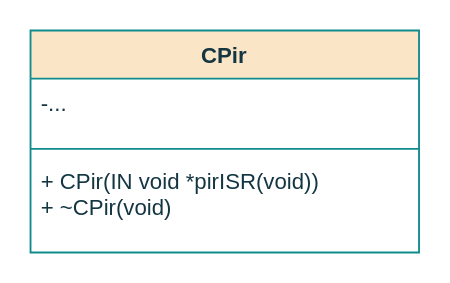
ESRGgroup9/slipad keeps this draw.io diagram as page "Class" (1 of 2) of documentation/flowcharts/02Classes/CPir.drawio. Above is the earlier version. Source tidied: cells renumbered, new cells numbered last; positions are measured from the earlier drawing's top-left corner, leaving out a move shared by most shapes. Both pictures are drawn from the tidied source at 185%, with x=0, y=0 at pixel (30, 30).
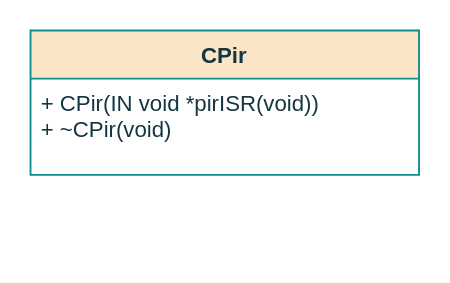
After the change.

Change to the diagram source:
```diff
@@
 <mxGraphModel>
   <root>
     <mxCell id="0" />
     <mxCell id="1" parent="0" />
     <mxCell id="2" value="CPir" style="swimlane;fontStyle=1;align=center;verticalAlign=top;horizontal=1;startSize=26;fillColor=#FAE5C7;strokeColor=#0F8B8D;fontColor=#143642;" parent="1" vertex="1">
-      <mxGeometry width="210" height="120" as="geometry" />
+      <mxGeometry width="210" height="78" as="geometry" />
     </mxCell>
-    <mxCell id="3" value="-..." style="text;strokeColor=none;fillColor=none;align=left;verticalAlign=top;spacingLeft=4;spacingRight=4;overflow=hidden;fontColor=#143642;" parent="2" vertex="1">
-      <mxGeometry y="26" width="210" height="34" as="geometry" />
-    </mxCell>
-    <mxCell id="4" style="line;strokeWidth=1;fillColor=none;align=left;verticalAlign=middle;spacingTop=-1;spacingLeft=3;spacingRight=3;labelPosition=right;labelBackgroundColor=#DAD2D8;strokeColor=#0F8B8D;fontColor=#143642;" parent="2" vertex="1">
-      <mxGeometry y="60" width="210" height="8" as="geometry" />
-    </mxCell>
     <mxCell id="5" value="+ CPir(IN void *pirISR(void))&#10;+ ~CPir(void)&#10;&#10;&#10; " style="text;strokeColor=none;fillColor=none;align=left;verticalAlign=top;spacingLeft=4;spacingRight=4;overflow=hidden;fontColor=#143642;" parent="2" vertex="1">
-      <mxGeometry y="68" width="210" height="52" as="geometry" />
+      <mxGeometry y="26" width="210" height="52" as="geometry" />
     </mxCell>
   </root>
 </mxGraphModel>
```
